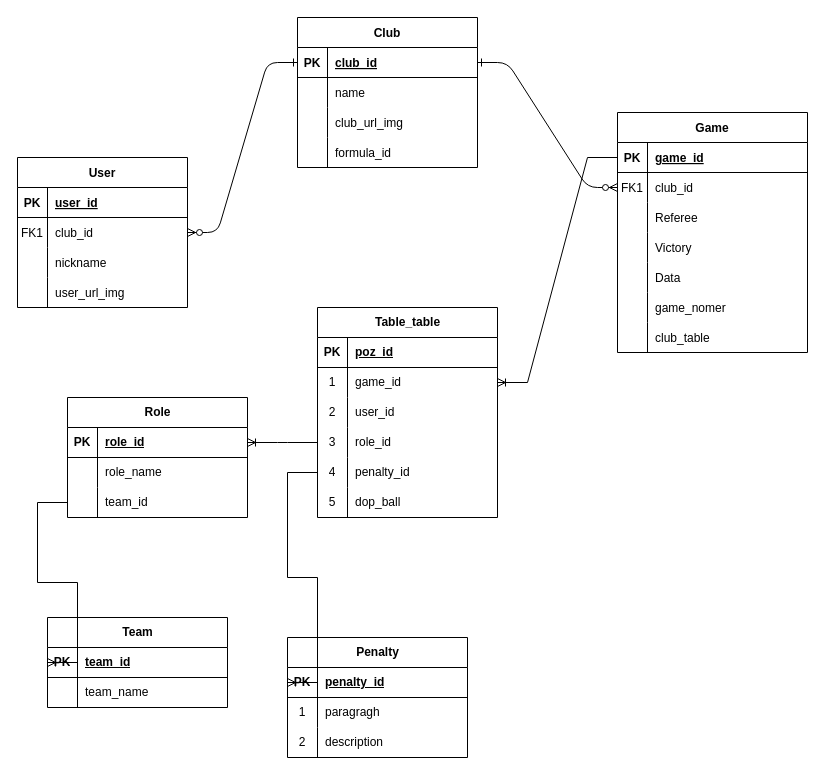
Earlier version of the draw.io diagram image/Диаграмма без названия.drawio (GazinurDavletbaev/mafia_help2). Source tidied: cells renumbered, new cells numbered last; positions are measured from the earlier drawing's top-left corner, leaving out a move shared by most shapes. Both pictures are drawn from the tidied source at 100%, with x=0, y=0 at pixel (17, 17).
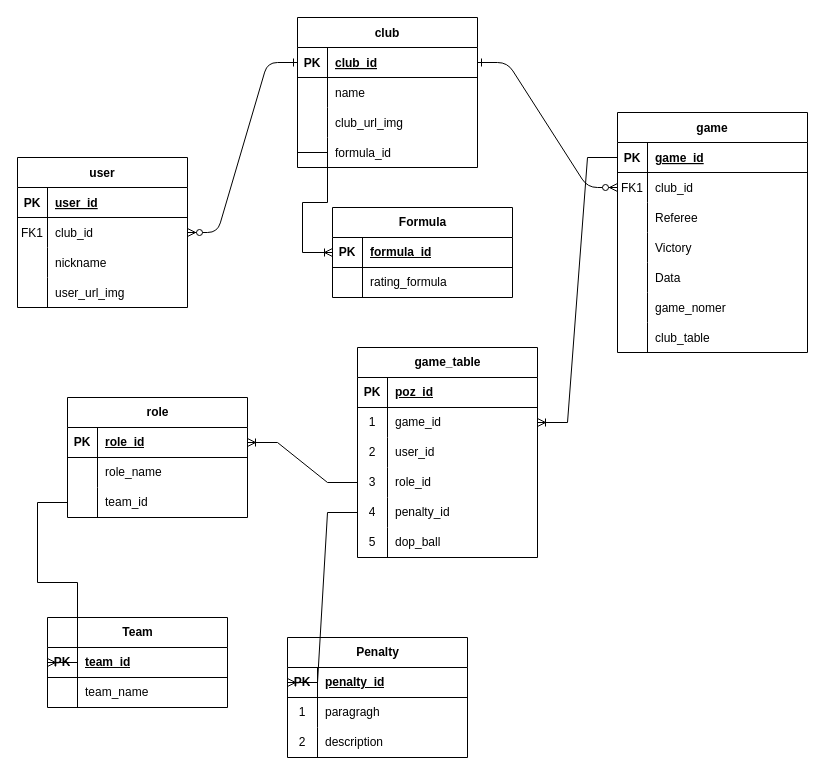
After the change.

Unchanged cells that the change refers to:
```xml
<mxCell id="36" style="shape=partialRectangle;fillColor=none;points=[[0,0.5],[1,0.5]];portConstraint=eastwest;top=0;left=0;right=0;bottom=0;" parent="26" vertex="1">
  <mxGeometry y="120" width="180" height="30" as="geometry" />
</mxCell>
```

Change to the diagram source:
```diff
@@
-    <mxCell id="4" value="Game" style="shape=table;startSize=30;childLayout=tableLayout;rowLines=0;fontStyle=1;align=center;" parent="1" vertex="1">
+    <mxCell id="4" value="game" style="shape=table;startSize=30;childLayout=tableLayout;rowLines=0;fontStyle=1;align=center;" parent="1" vertex="1">
       <mxGeometry x="600" y="95" width="190" height="240" as="geometry" />
     </mxCell>
@@
-    <mxCell id="26" value="Club" style="shape=table;startSize=30;childLayout=tableLayout;rowLines=0;fontStyle=1;align=center;" parent="1" vertex="1">
+    <mxCell id="26" value="club" style="shape=table;startSize=30;childLayout=tableLayout;rowLines=0;fontStyle=1;align=center;" parent="1" vertex="1">
       <mxGeometry x="280" width="180" height="150" as="geometry" />
     </mxCell>
@@
-    <mxCell id="39" value="User" style="shape=table;startSize=30;childLayout=tableLayout;rowLines=0;fontStyle=1;align=center;" parent="1" vertex="1">
+    <mxCell id="39" value="user" style="shape=table;startSize=30;childLayout=tableLayout;rowLines=0;fontStyle=1;align=center;" parent="1" vertex="1">
       <mxGeometry y="140" width="170" height="150" as="geometry" />
     </mxCell>
@@
-    <mxCell id="69" value="Table_table" style="shape=table;startSize=30;childLayout=tableLayout;rowLines=0;fontStyle=1;align=center;html=1;" parent="1" vertex="1">
-      <mxGeometry x="300" y="290" width="180" height="210" as="geometry" />
+    <mxCell id="69" value="game_table" style="shape=table;startSize=30;childLayout=tableLayout;rowLines=0;fontStyle=1;align=center;html=1;" parent="1" vertex="1">
+      <mxGeometry x="340" y="330" width="180" height="210" as="geometry" />
     </mxCell>
@@
-    <mxCell id="88" value="Role" style="shape=table;startSize=30;childLayout=tableLayout;rowLines=0;fontStyle=1;align=center;html=1;" parent="1" vertex="1">
+    <mxCell id="88" value="role" style="shape=table;startSize=30;childLayout=tableLayout;rowLines=0;fontStyle=1;align=center;html=1;" parent="1" vertex="1">
       <mxGeometry x="50" y="380" width="180" height="120" as="geometry" />
     </mxCell>
@@
+    <mxCell id="102" value="Formula" style="shape=table;startSize=30;childLayout=tableLayout;rowLines=0;fontStyle=1;align=center;html=1;" parent="1" vertex="1">
+      <mxGeometry x="315" y="190" width="180" height="90" as="geometry" />
+    </mxCell>
+    <mxCell id="103" style="shape=tableRow;horizontal=0;startSize=0;swimlaneHead=0;swimlaneBody=0;fillColor=none;points=[[0,0.5],[1,0.5]];portConstraint=eastwest;top=0;left=0;right=0;bottom=1;" parent="102" vertex="1">
+      <mxGeometry y="30" width="180" height="30" as="geometry" />
+    </mxCell>
+    <mxCell id="104" value="PK" style="shape=partialRectangle;fillColor=none;top=0;left=0;bottom=0;right=0;fontStyle=1;overflow=hidden;whiteSpace=wrap;html=1;" parent="103" vertex="1">
+      <mxGeometry width="30" height="30" as="geometry" />
+    </mxCell>
+    <mxCell id="105" value="formula_id" style="shape=partialRectangle;fillColor=none;top=0;left=0;bottom=0;right=0;align=left;spacingLeft=6;fontStyle=5;overflow=hidden;whiteSpace=wrap;html=1;" parent="103" vertex="1">
+      <mxGeometry x="30" width="150" height="30" as="geometry" />
+    </mxCell>
+    <mxCell id="106" style="shape=tableRow;horizontal=0;startSize=0;swimlaneHead=0;swimlaneBody=0;fillColor=none;top=0;left=0;right=0;bottom=0;" parent="102" vertex="1">
+      <mxGeometry y="60" width="180" height="30" as="geometry" />
+    </mxCell>
+    <mxCell id="107" style="shape=partialRectangle;fillColor=none;top=0;left=0;bottom=0;right=0;overflow=hidden;whiteSpace=wrap;html=1;" parent="106" vertex="1">
+      <mxGeometry width="30" height="30" as="geometry" />
+    </mxCell>
+    <mxCell id="108" value="rating_formula" style="shape=partialRectangle;fillColor=none;top=0;left=0;bottom=0;right=0;align=left;spacingLeft=6;overflow=hidden;whiteSpace=wrap;html=1;" parent="106" vertex="1">
+      <mxGeometry x="30" width="150" height="30" as="geometry" />
+    </mxCell>
+    <mxCell id="109" style="edgeStyle=entityRelationEdgeStyle;fontSize=12;html=1;endArrow=ERoneToMany;rounded=0;entryX=0;entryY=0.5;entryDx=0;entryDy=0;exitX=0;exitY=0.5;exitDx=0;exitDy=0;" parent="1" edge="1" source="36" target="103">
+      <mxGeometry relative="1" as="geometry" />
+    </mxCell>
```
